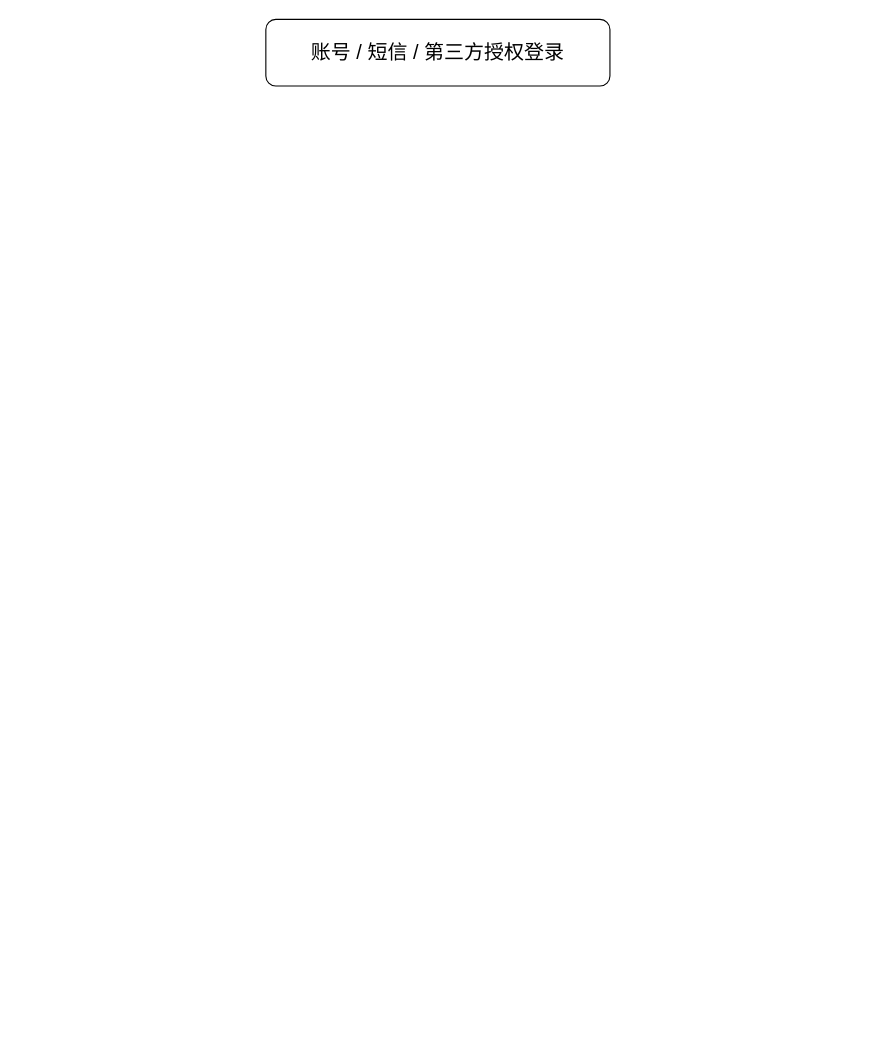
Earlier version of the draw.io diagram 未命名绘图.drawio (13717135460/wangxinyan.github.io). Source tidied: cells renumbered, new cells numbered last; positions are measured from the earlier drawing's top-left corner, leaving out a move shared by most shapes. Both pictures are drawn from the tidied source at 111%, with x=0, y=0 at pixel (265, 19).
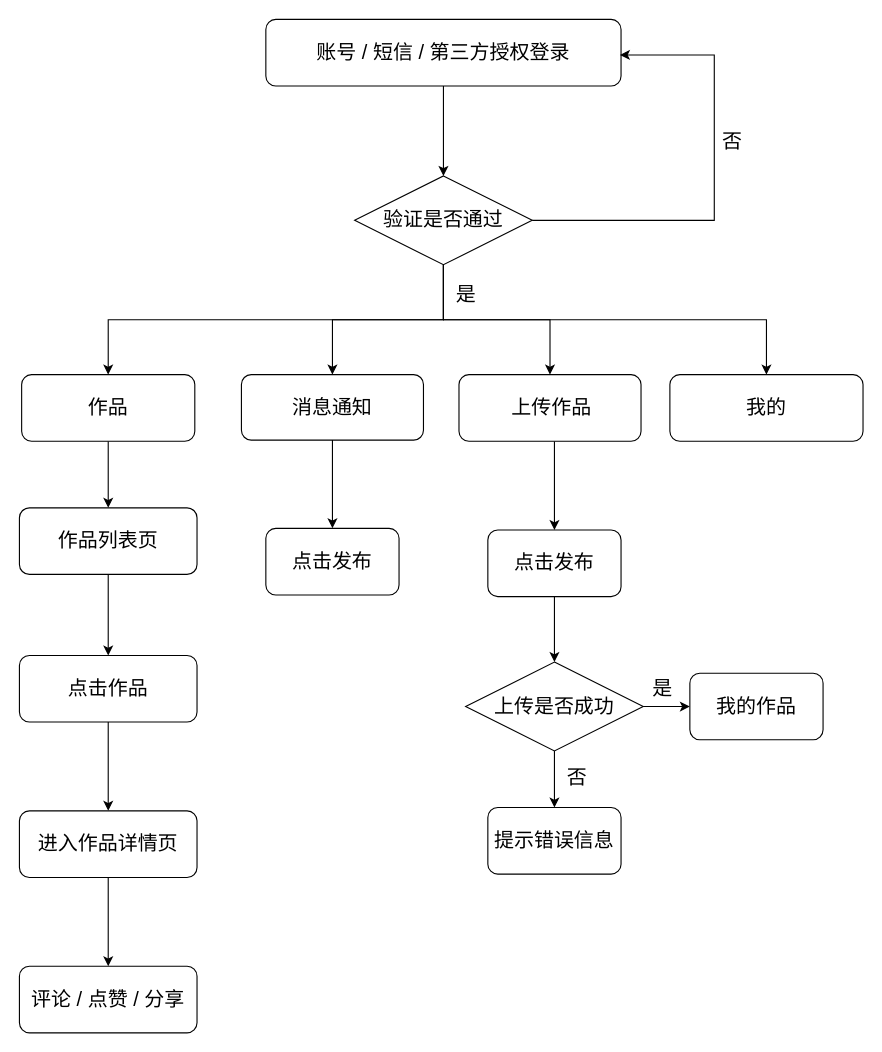
The same page after the edit.

Diff of the diagram source:
```diff
@@
+    <mxCell id="3" style="edgeStyle=orthogonalEdgeStyle;rounded=0;jettySize=auto;html=1;" parent="1" edge="1" source="2" target="10">
+      <mxGeometry relative="1" as="geometry" />
+    </mxCell>
     <mxCell id="2" value="&lt;span style=&quot;font-size: 18px;&quot;&gt;账号 / 短信 / 第三方授权登录&lt;/span&gt;" style="rounded=1;whiteSpace=wrap;html=1;" parent="1" vertex="1">
-      <mxGeometry width="310" height="60" as="geometry" />
+      <mxGeometry width="320" height="60" as="geometry" />
     </mxCell>
+    <mxCell id="4" style="edgeStyle=orthogonalEdgeStyle;rounded=0;jettySize=auto;html=1;entryX=1;entryY=0.25;entryDx=0;entryDy=0;exitX=1;exitY=0.5;exitDx=0;exitDy=0;" parent="1" edge="1" source="10">
+      <mxGeometry relative="1" as="geometry">
+        <mxPoint x="319" y="32" as="targetPoint" />
+        <Array as="points">
+          <mxPoint x="404" y="181" />
+          <mxPoint x="404" y="32" />
+        </Array>
+      </mxGeometry>
+    </mxCell>
+    <mxCell id="5" value="&lt;font style=&quot;font-size: 18px;&quot;&gt;否&lt;/font&gt;" style="edgeLabel;html=1;align=center;verticalAlign=middle;" parent="4" vertex="1">
+      <mxGeometry x="0.18" y="-7" relative="1" as="geometry">
+        <mxPoint x="8" y="-1" as="offset" />
+      </mxGeometry>
+    </mxCell>
+    <mxCell id="6" style="edgeStyle=orthogonalEdgeStyle;rounded=0;jettySize=auto;html=1;exitX=0.5;exitY=1;exitDx=0;exitDy=0;entryX=0.5;entryY=0;entryDx=0;entryDy=0;" parent="1" edge="1" source="10" target="24">
+      <mxGeometry relative="1" as="geometry" />
+    </mxCell>
+    <mxCell id="7" style="edgeStyle=orthogonalEdgeStyle;rounded=0;jettySize=auto;html=1;exitX=0.5;exitY=1;exitDx=0;exitDy=0;entryX=0.5;entryY=0;entryDx=0;entryDy=0;" parent="1" edge="1" source="10" target="25">
+      <mxGeometry relative="1" as="geometry" />
+    </mxCell>
+    <mxCell id="8" style="edgeStyle=orthogonalEdgeStyle;rounded=0;jettySize=auto;html=1;exitX=0.5;exitY=1;exitDx=0;exitDy=0;entryX=0.5;entryY=0;entryDx=0;entryDy=0;" parent="1" edge="1" source="10" target="22">
+      <mxGeometry relative="1" as="geometry" />
+    </mxCell>
+    <mxCell id="9" style="edgeStyle=orthogonalEdgeStyle;rounded=0;jettySize=auto;html=1;exitX=0.5;exitY=1;exitDx=0;exitDy=0;entryX=0.5;entryY=0;entryDx=0;entryDy=0;" parent="1" edge="1" source="10" target="20">
+      <mxGeometry relative="1" as="geometry" />
+    </mxCell>
+    <mxCell id="10" value="&lt;font style=&quot;font-size: 18px;&quot;&gt;验证是否通过&lt;/font&gt;" style="rhombus;whiteSpace=wrap;html=1;" parent="1" vertex="1">
+      <mxGeometry x="80" y="141" width="160" height="80" as="geometry" />
+    </mxCell>
+    <mxCell id="11" style="edgeStyle=orthogonalEdgeStyle;rounded=0;jettySize=auto;html=1;" parent="1" edge="1" source="12" target="15">
+      <mxGeometry relative="1" as="geometry">
+        <Array as="points">
+          <mxPoint x="-142" y="530" />
+          <mxPoint x="-142" y="530" />
+        </Array>
+      </mxGeometry>
+    </mxCell>
+    <mxCell id="12" value="&lt;span style=&quot;font-size: 18px;&quot;&gt;作品列表页&lt;/span&gt;" style="rounded=1;whiteSpace=wrap;html=1;" parent="1" vertex="1">
+      <mxGeometry x="-222" y="440" width="160" height="60" as="geometry" />
+    </mxCell>
+    <mxCell id="13" value="&lt;font style=&quot;font-size: 18px;&quot;&gt;是&lt;/font&gt;" style="text;html=1;align=center;verticalAlign=middle;strokeColor=none;fillColor=none;" parent="1" vertex="1">
+      <mxGeometry x="160" y="228" width="40" height="40" as="geometry" />
+    </mxCell>
+    <mxCell id="14" style="edgeStyle=orthogonalEdgeStyle;rounded=0;jettySize=auto;html=1;" parent="1" edge="1" source="15" target="17">
+      <mxGeometry relative="1" as="geometry" />
+    </mxCell>
+    <mxCell id="15" value="&lt;font style=&quot;font-size: 18px;&quot;&gt;点击作品&lt;/font&gt;" style="whiteSpace=wrap;html=1;rounded=1;" parent="1" vertex="1">
+      <mxGeometry x="-222" y="573" width="160" height="60" as="geometry" />
+    </mxCell>
+    <mxCell id="16" style="edgeStyle=orthogonalEdgeStyle;rounded=0;jettySize=auto;html=1;" parent="1" edge="1" source="17" target="18">
+      <mxGeometry relative="1" as="geometry" />
+    </mxCell>
+    <mxCell id="17" value="&lt;font style=&quot;font-size: 18px;&quot;&gt;进入作品详情页&lt;/font&gt;" style="whiteSpace=wrap;html=1;rounded=1;" parent="1" vertex="1">
+      <mxGeometry x="-222" y="713" width="160" height="60" as="geometry" />
+    </mxCell>
+    <mxCell id="18" value="&lt;font style=&quot;font-size: 18px;&quot;&gt;评论 / 点赞 / 分享&lt;/font&gt;" style="whiteSpace=wrap;html=1;rounded=1;" parent="1" vertex="1">
+      <mxGeometry x="-222" y="853" width="160" height="60" as="geometry" />
+    </mxCell>
+    <mxCell id="19" style="edgeStyle=orthogonalEdgeStyle;rounded=0;jettySize=auto;html=1;exitX=0.5;exitY=1;exitDx=0;exitDy=0;entryX=0.5;entryY=0;entryDx=0;entryDy=0;" parent="1" edge="1" source="20" target="12">
+      <mxGeometry relative="1" as="geometry" />
+    </mxCell>
+    <mxCell id="20" value="&lt;font style=&quot;font-size: 18px;&quot;&gt;作品&lt;/font&gt;" style="rounded=1;whiteSpace=wrap;html=1;" parent="1" vertex="1">
+      <mxGeometry x="-220" y="320" width="156" height="60" as="geometry" />
+    </mxCell>
+    <mxCell id="21" style="edgeStyle=orthogonalEdgeStyle;rounded=0;jettySize=auto;html=1;" parent="1" edge="1" source="22" target="26">
+      <mxGeometry relative="1" as="geometry" />
+    </mxCell>
+    <mxCell id="22" value="&lt;span style=&quot;font-size: 18px;&quot;&gt;消息通知&lt;/span&gt;" style="rounded=1;whiteSpace=wrap;html=1;" parent="1" vertex="1">
+      <mxGeometry x="-22" y="320" width="164" height="59" as="geometry" />
+    </mxCell>
+    <mxCell id="23" style="edgeStyle=orthogonalEdgeStyle;rounded=0;jettySize=auto;html=1;" parent="1" edge="1" source="24" target="28">
+      <mxGeometry relative="1" as="geometry">
+        <Array as="points">
+          <mxPoint x="260" y="400" />
+          <mxPoint x="260" y="400" />
+        </Array>
+      </mxGeometry>
+    </mxCell>
+    <mxCell id="24" value="&amp;nbsp;&lt;font style=&quot;font-size: 18px;&quot;&gt;上传作品&lt;/font&gt;" style="rounded=1;whiteSpace=wrap;html=1;" parent="1" vertex="1">
+      <mxGeometry x="174" y="320" width="164" height="60" as="geometry" />
+    </mxCell>
+    <mxCell id="25" value="&lt;span style=&quot;font-size: 18px;&quot;&gt;我的&lt;br&gt;&lt;/span&gt;" style="rounded=1;whiteSpace=wrap;html=1;" parent="1" vertex="1">
+      <mxGeometry x="364" y="320" width="174" height="60" as="geometry" />
+    </mxCell>
+    <mxCell id="26" value="&lt;font style=&quot;font-size: 18px;&quot;&gt;点击发布&lt;/font&gt;" style="whiteSpace=wrap;html=1;rounded=1;" parent="1" vertex="1">
+      <mxGeometry y="458.5" width="120" height="60" as="geometry" />
+    </mxCell>
+    <mxCell id="27" style="edgeStyle=orthogonalEdgeStyle;rounded=0;jettySize=auto;html=1;exitX=0.5;exitY=1;exitDx=0;exitDy=0;entryX=0.5;entryY=0;entryDx=0;entryDy=0;" parent="1" edge="1" source="28" target="31">
+      <mxGeometry relative="1" as="geometry" />
+    </mxCell>
+    <mxCell id="28" value="&lt;font style=&quot;font-size: 18px;&quot;&gt;点击发布&lt;/font&gt;" style="whiteSpace=wrap;html=1;rounded=1;" parent="1" vertex="1">
+      <mxGeometry x="200" y="460" width="120" height="60" as="geometry" />
+    </mxCell>
+    <mxCell id="29" style="edgeStyle=orthogonalEdgeStyle;rounded=0;jettySize=auto;html=1;exitX=0.5;exitY=1;exitDx=0;exitDy=0;entryX=0.5;entryY=0;entryDx=0;entryDy=0;" parent="1" edge="1" source="31" target="32">
+      <mxGeometry relative="1" as="geometry" />
+    </mxCell>
+    <mxCell id="30" style="edgeStyle=orthogonalEdgeStyle;rounded=0;jettySize=auto;html=1;" parent="1" edge="1" source="31" target="34">
+      <mxGeometry relative="1" as="geometry" />
+    </mxCell>
+    <mxCell id="31" value="&lt;font style=&quot;font-size: 18px;&quot;&gt;上传是否成功&lt;/font&gt;" style="rhombus;whiteSpace=wrap;html=1;" parent="1" vertex="1">
+      <mxGeometry x="180" y="579" width="160" height="80" as="geometry" />
+    </mxCell>
+    <mxCell id="32" value="&lt;span style=&quot;font-size: 18px;&quot;&gt;提示错误信息&lt;/span&gt;" style="whiteSpace=wrap;html=1;rounded=1;" parent="1" vertex="1">
+      <mxGeometry x="200" y="710" width="120" height="60" as="geometry" />
+    </mxCell>
+    <mxCell id="33" value="&lt;font style=&quot;font-size: 18px;&quot;&gt;否&lt;/font&gt;" style="text;html=1;align=center;verticalAlign=middle;strokeColor=none;fillColor=none;" parent="1" vertex="1">
+      <mxGeometry x="260" y="663" width="40" height="40" as="geometry" />
+    </mxCell>
+    <mxCell id="34" value="&lt;font style=&quot;font-size: 18px;&quot;&gt;我的作品&lt;/font&gt;" style="whiteSpace=wrap;html=1;rounded=1;glass=0;shadow=0;" parent="1" vertex="1">
+      <mxGeometry x="382" y="589" width="120" height="60" as="geometry" />
+    </mxCell>
+    <mxCell id="35" value="&lt;font style=&quot;font-size: 18px;&quot;&gt;是&lt;/font&gt;" style="text;html=1;align=center;verticalAlign=middle;strokeColor=none;fillColor=none;" parent="1" vertex="1">
+      <mxGeometry x="337" y="583" width="40" height="40" as="geometry" />
+    </mxCell>
```
